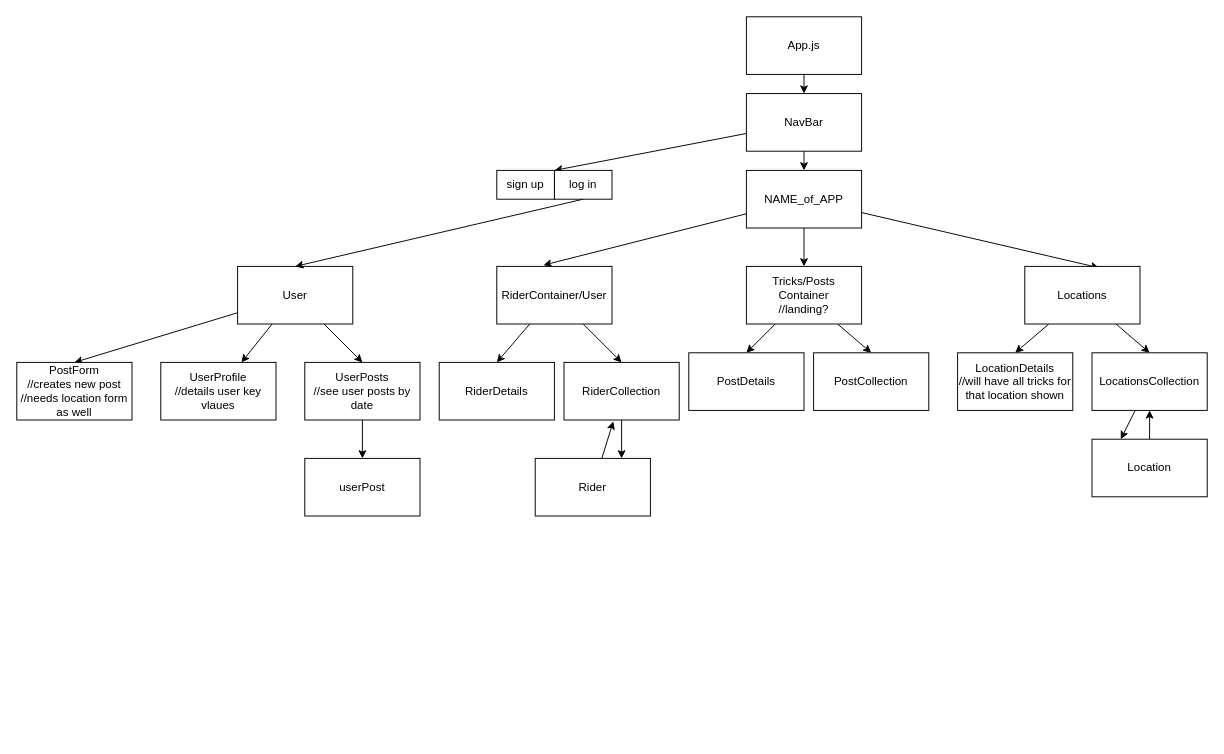
Before: client/src/components/wireframe.drawio in Geng92/phase-5-final, a draw.io diagram. Source tidied: cells renumbered, new cells numbered last; positions are measured from the earlier drawing's top-left corner, leaving out a move shared by most shapes. Both pictures are drawn from the tidied source at 96%, with x=0, y=0 at pixel (16, 16).
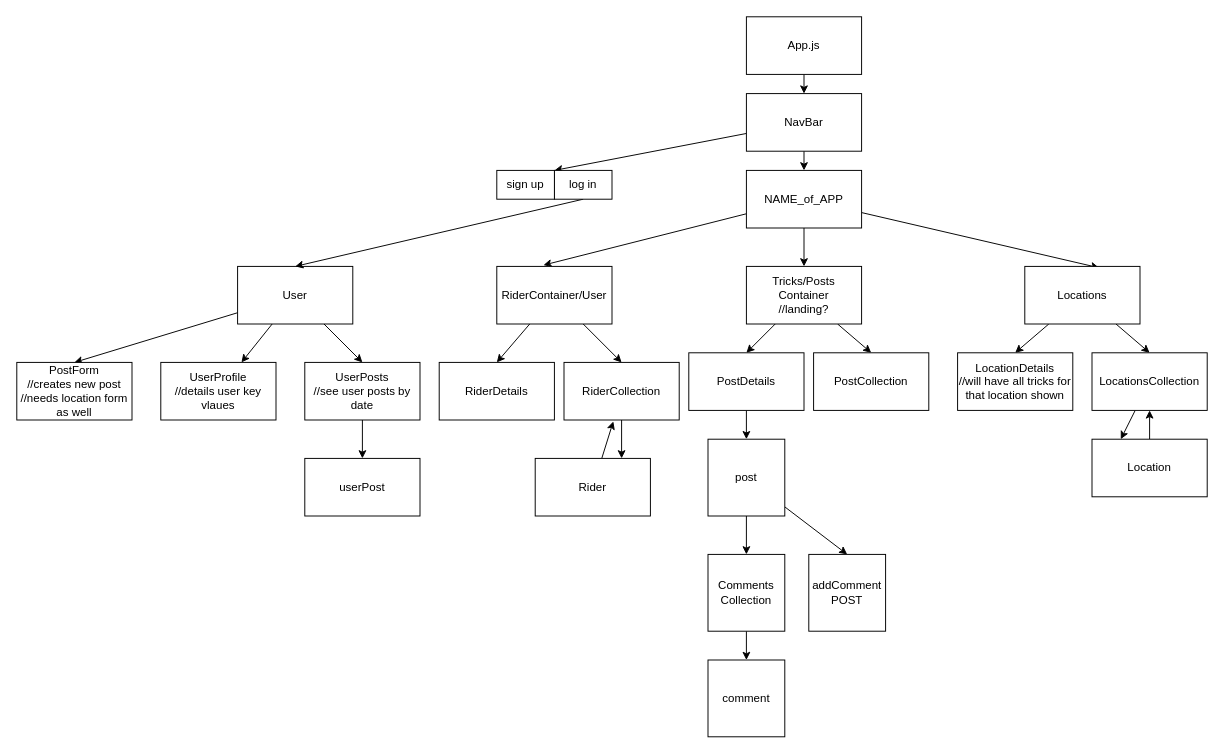
Above is the later version.

The change refers to these unchanged cells:
```xml
<mxCell id="28" value="PostDetails" style="rounded=0;whiteSpace=wrap;html=1;" parent="1" vertex="1">
  <mxGeometry x="700" y="350" width="120" height="60" as="geometry" />
</mxCell>
```

Diff of the diagram source:
```diff
@@
+    <mxCell id="44" style="edgeStyle=none;html=1;" parent="1" edge="1" source="28" target="47">
+      <mxGeometry relative="1" as="geometry" />
+    </mxCell>
@@
+    <mxCell id="45" style="edgeStyle=none;html=1;" parent="1" edge="1" source="47" target="49">
+      <mxGeometry relative="1" as="geometry" />
+    </mxCell>
+    <mxCell id="46" style="edgeStyle=none;html=1;entryX=0.5;entryY=0;entryDx=0;entryDy=0;" parent="1" edge="1" source="47" target="51">
+      <mxGeometry relative="1" as="geometry" />
+    </mxCell>
+    <mxCell id="47" value="post" style="whiteSpace=wrap;html=1;" parent="1" vertex="1">
+      <mxGeometry x="720" y="440" width="80" height="80" as="geometry" />
+    </mxCell>
+    <mxCell id="48" style="edgeStyle=none;html=1;" parent="1" edge="1" source="49" target="50">
+      <mxGeometry relative="1" as="geometry" />
+    </mxCell>
+    <mxCell id="49" value="Comments&lt;br&gt;Collection" style="whiteSpace=wrap;html=1;" parent="1" vertex="1">
+      <mxGeometry x="720" y="560" width="80" height="80" as="geometry" />
+    </mxCell>
+    <mxCell id="50" value="comment" style="whiteSpace=wrap;html=1;" parent="1" vertex="1">
+      <mxGeometry x="720" y="670" width="80" height="80" as="geometry" />
+    </mxCell>
+    <mxCell id="51" value="addComment&lt;br&gt;POST" style="whiteSpace=wrap;html=1;" parent="1" vertex="1">
+      <mxGeometry x="825" y="560" width="80" height="80" as="geometry" />
+    </mxCell>
```
